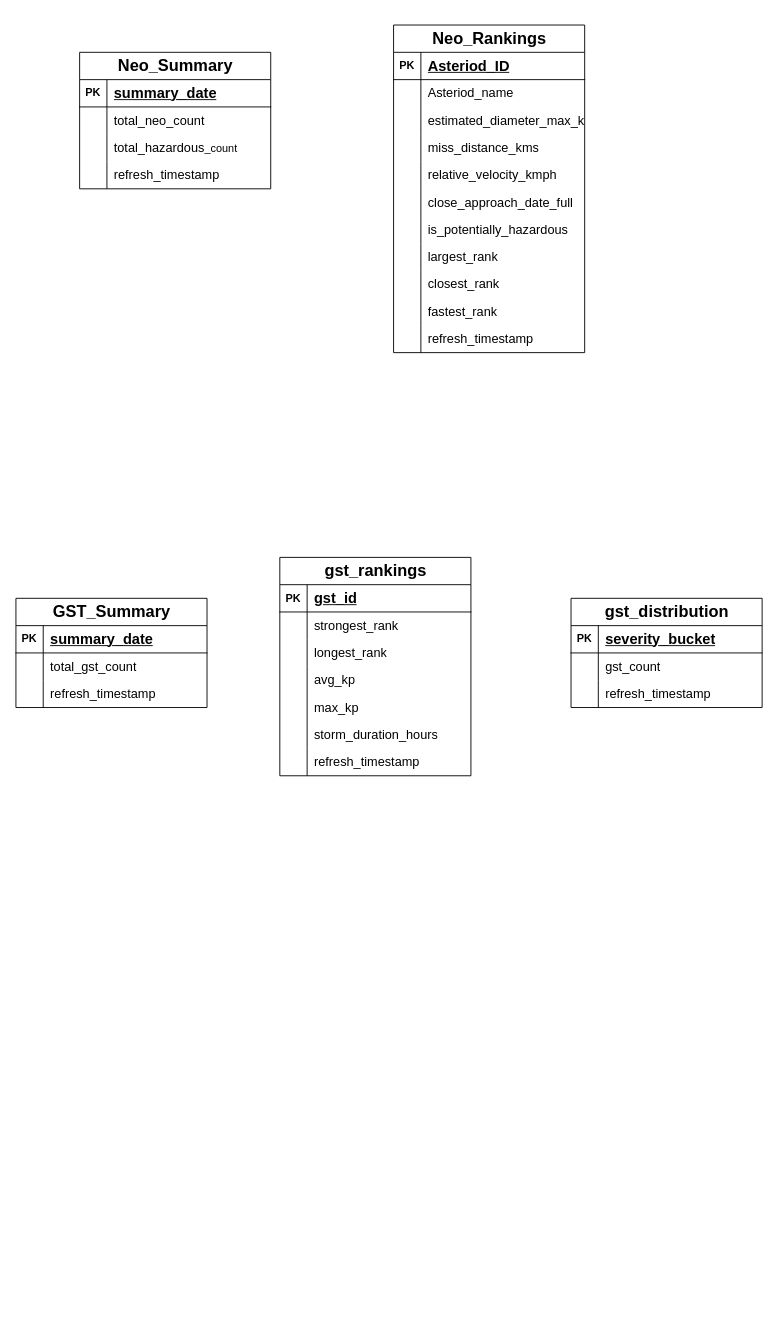
Above: page "Gold" (5 of 8) of Design/HDD.drawio in Sairam0613/AstroSight-DE (draw.io), before the change. Source tidied: cells renumbered, new cells numbered last; positions are measured from the earlier drawing's top-left corner, leaving out a move shared by most shapes. Both pictures are drawn from the tidied source at 91%, with x=0, y=0 at pixel (15, 25).
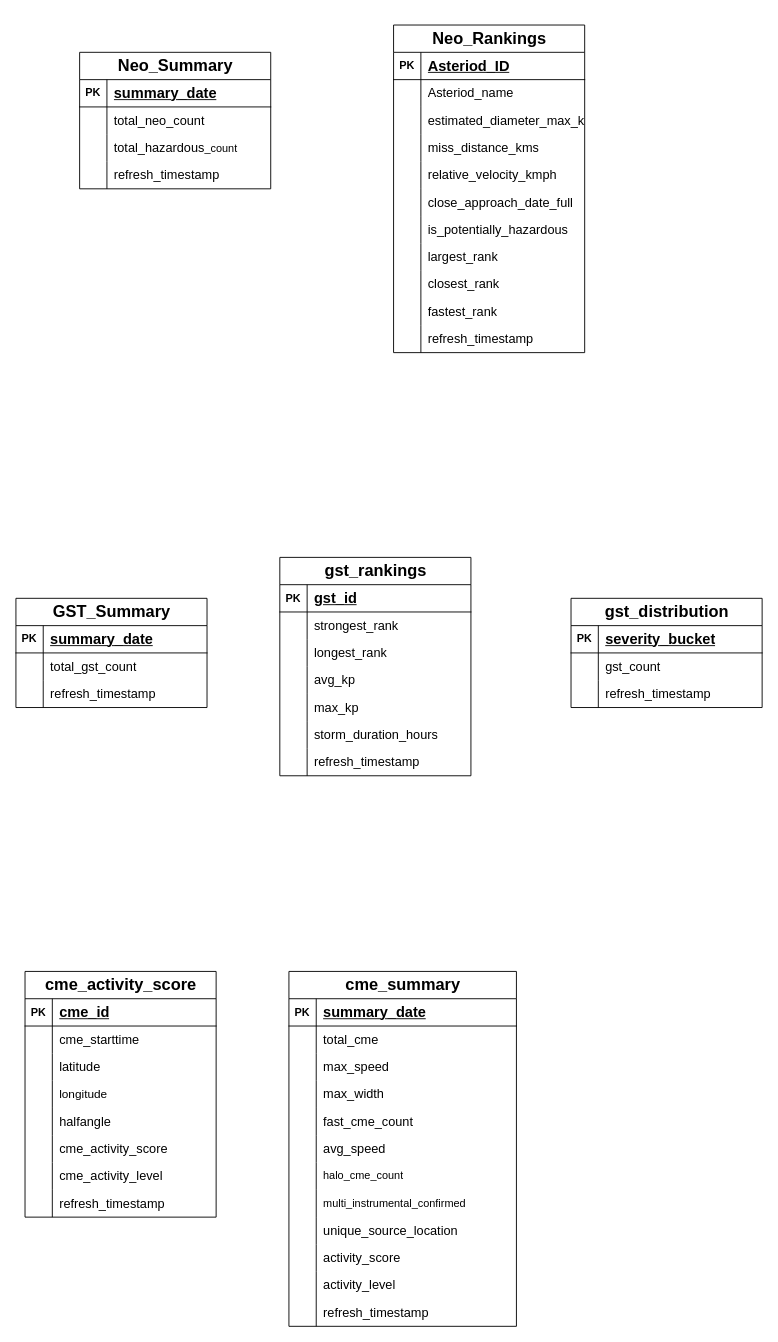
Above is the later version.

Diff of the diagram source:
```diff
@@
+    <mxCell id="91" value="&lt;h2&gt;cme_summary&lt;/h2&gt;" style="shape=table;startSize=30;childLayout=tableLayout;rowLines=0;fontStyle=1;align=center;html=1;" parent="1" vertex="1">
+      <mxGeometry x="300" y="1040" width="250" height="390" as="geometry" />
+    </mxCell>
+    <mxCell id="92" style="shape=tableRow;horizontal=0;startSize=0;swimlaneHead=0;swimlaneBody=0;fillColor=none;top=0;left=0;right=0;bottom=1;" parent="91" vertex="1">
+      <mxGeometry y="30" width="250" height="30" as="geometry" />
+    </mxCell>
+    <mxCell id="93" value="PK" style="shape=partialRectangle;fillColor=none;top=0;left=0;bottom=0;right=0;fontStyle=1;overflow=hidden;whiteSpace=wrap;html=1;" parent="92" vertex="1">
+      <mxGeometry width="30" height="30" as="geometry" />
+    </mxCell>
+    <mxCell id="94" value="&lt;span style=&quot;font-size: 16px;&quot;&gt;summary_date&lt;/span&gt;" style="shape=partialRectangle;fillColor=none;top=0;left=0;bottom=0;right=0;align=left;spacingLeft=6;fontStyle=5;overflow=hidden;whiteSpace=wrap;html=1;" parent="92" vertex="1">
+      <mxGeometry x="30" width="220" height="30" as="geometry" />
+    </mxCell>
+    <mxCell id="95" style="shape=tableRow;horizontal=0;startSize=0;swimlaneHead=0;swimlaneBody=0;fillColor=none;top=0;left=0;right=0;bottom=0;" parent="91" vertex="1">
+      <mxGeometry y="60" width="250" height="30" as="geometry" />
+    </mxCell>
+    <mxCell id="96" style="shape=partialRectangle;fillColor=none;top=0;left=0;bottom=0;right=0;overflow=hidden;whiteSpace=wrap;html=1;" parent="95" vertex="1">
+      <mxGeometry width="30" height="30" as="geometry" />
+    </mxCell>
+    <mxCell id="97" value="&lt;span style=&quot;font-size: 14px;&quot;&gt;total_cme&lt;/span&gt;" style="shape=partialRectangle;fillColor=none;top=0;left=0;bottom=0;right=0;align=left;spacingLeft=6;overflow=hidden;whiteSpace=wrap;html=1;" parent="95" vertex="1">
+      <mxGeometry x="30" width="220" height="30" as="geometry" />
+    </mxCell>
+    <mxCell id="98" style="shape=tableRow;horizontal=0;startSize=0;swimlaneHead=0;swimlaneBody=0;fillColor=none;top=0;left=0;right=0;bottom=0;" parent="91" vertex="1">
+      <mxGeometry y="90" width="250" height="30" as="geometry" />
+    </mxCell>
+    <mxCell id="99" style="shape=partialRectangle;fillColor=none;top=0;left=0;bottom=0;right=0;overflow=hidden;whiteSpace=wrap;html=1;" parent="98" vertex="1">
+      <mxGeometry width="30" height="30" as="geometry" />
+    </mxCell>
+    <mxCell id="100" value="&lt;span style=&quot;font-size: 14px;&quot;&gt;max_speed&lt;/span&gt;" style="shape=partialRectangle;fillColor=none;top=0;left=0;bottom=0;right=0;align=left;spacingLeft=6;overflow=hidden;whiteSpace=wrap;html=1;" parent="98" vertex="1">
+      <mxGeometry x="30" width="220" height="30" as="geometry" />
+    </mxCell>
+    <mxCell id="101" style="shape=tableRow;horizontal=0;startSize=0;swimlaneHead=0;swimlaneBody=0;fillColor=none;top=0;left=0;right=0;bottom=0;" parent="91" vertex="1">
+      <mxGeometry y="120" width="250" height="30" as="geometry" />
+    </mxCell>
+    <mxCell id="102" style="shape=partialRectangle;fillColor=none;top=0;left=0;bottom=0;right=0;overflow=hidden;whiteSpace=wrap;html=1;" parent="101" vertex="1">
+      <mxGeometry width="30" height="30" as="geometry" />
+    </mxCell>
+    <mxCell id="103" value="&lt;span style=&quot;font-size: 14px;&quot;&gt;max_width&lt;/span&gt;" style="shape=partialRectangle;fillColor=none;top=0;left=0;bottom=0;right=0;align=left;spacingLeft=6;overflow=hidden;whiteSpace=wrap;html=1;" parent="101" vertex="1">
+      <mxGeometry x="30" width="220" height="30" as="geometry" />
+    </mxCell>
+    <mxCell id="104" style="shape=tableRow;horizontal=0;startSize=0;swimlaneHead=0;swimlaneBody=0;fillColor=none;top=0;left=0;right=0;bottom=0;" parent="91" vertex="1">
+      <mxGeometry y="150" width="250" height="30" as="geometry" />
+    </mxCell>
+    <mxCell id="105" style="shape=partialRectangle;fillColor=none;top=0;left=0;bottom=0;right=0;overflow=hidden;whiteSpace=wrap;html=1;" parent="104" vertex="1">
+      <mxGeometry width="30" height="30" as="geometry" />
+    </mxCell>
+    <mxCell id="106" value="&lt;span style=&quot;font-size: 14px;&quot;&gt;fast_cme_count&lt;/span&gt;" style="shape=partialRectangle;fillColor=none;top=0;left=0;bottom=0;right=0;align=left;spacingLeft=6;overflow=hidden;whiteSpace=wrap;html=1;" parent="104" vertex="1">
+      <mxGeometry x="30" width="220" height="30" as="geometry" />
+    </mxCell>
+    <mxCell id="107" style="shape=tableRow;horizontal=0;startSize=0;swimlaneHead=0;swimlaneBody=0;fillColor=none;top=0;left=0;right=0;bottom=0;" parent="91" vertex="1">
+      <mxGeometry y="180" width="250" height="30" as="geometry" />
+    </mxCell>
+    <mxCell id="108" style="shape=partialRectangle;fillColor=none;top=0;left=0;bottom=0;right=0;overflow=hidden;whiteSpace=wrap;html=1;" parent="107" vertex="1">
+      <mxGeometry width="30" height="30" as="geometry" />
+    </mxCell>
+    <mxCell id="109" value="&lt;span style=&quot;font-size: 14px;&quot;&gt;avg_speed&lt;/span&gt;" style="shape=partialRectangle;fillColor=none;top=0;left=0;bottom=0;right=0;align=left;spacingLeft=6;overflow=hidden;whiteSpace=wrap;html=1;" parent="107" vertex="1">
+      <mxGeometry x="30" width="220" height="30" as="geometry" />
+    </mxCell>
+    <mxCell id="110" style="shape=tableRow;horizontal=0;startSize=0;swimlaneHead=0;swimlaneBody=0;fillColor=none;top=0;left=0;right=0;bottom=0;" parent="91" vertex="1">
+      <mxGeometry y="210" width="250" height="30" as="geometry" />
+    </mxCell>
+    <mxCell id="111" style="shape=partialRectangle;fillColor=none;top=0;left=0;bottom=0;right=0;overflow=hidden;whiteSpace=wrap;html=1;" parent="110" vertex="1">
+      <mxGeometry width="30" height="30" as="geometry" />
+    </mxCell>
+    <mxCell id="112" value="halo_cme_count" style="shape=partialRectangle;fillColor=none;top=0;left=0;bottom=0;right=0;align=left;spacingLeft=6;overflow=hidden;whiteSpace=wrap;html=1;" parent="110" vertex="1">
+      <mxGeometry x="30" width="220" height="30" as="geometry" />
+    </mxCell>
+    <mxCell id="113" style="shape=tableRow;horizontal=0;startSize=0;swimlaneHead=0;swimlaneBody=0;fillColor=none;top=0;left=0;right=0;bottom=0;" parent="91" vertex="1">
+      <mxGeometry y="240" width="250" height="30" as="geometry" />
+    </mxCell>
+    <mxCell id="114" style="shape=partialRectangle;fillColor=none;top=0;left=0;bottom=0;right=0;overflow=hidden;whiteSpace=wrap;html=1;" parent="113" vertex="1">
+      <mxGeometry width="30" height="30" as="geometry" />
+    </mxCell>
+    <mxCell id="115" value="multi_instrumental_confirmed" style="shape=partialRectangle;fillColor=none;top=0;left=0;bottom=0;right=0;align=left;spacingLeft=6;overflow=hidden;whiteSpace=wrap;html=1;" parent="113" vertex="1">
+      <mxGeometry x="30" width="220" height="30" as="geometry" />
+    </mxCell>
+    <mxCell id="116" style="shape=tableRow;horizontal=0;startSize=0;swimlaneHead=0;swimlaneBody=0;fillColor=none;top=0;left=0;right=0;bottom=0;" parent="91" vertex="1">
+      <mxGeometry y="270" width="250" height="30" as="geometry" />
+    </mxCell>
+    <mxCell id="117" style="shape=partialRectangle;fillColor=none;top=0;left=0;bottom=0;right=0;overflow=hidden;whiteSpace=wrap;html=1;" parent="116" vertex="1">
+      <mxGeometry width="30" height="30" as="geometry" />
+    </mxCell>
+    <mxCell id="118" value="&lt;span style=&quot;font-size: 14px;&quot;&gt;unique_source_location&lt;/span&gt;" style="shape=partialRectangle;fillColor=none;top=0;left=0;bottom=0;right=0;align=left;spacingLeft=6;overflow=hidden;whiteSpace=wrap;html=1;" parent="116" vertex="1">
+      <mxGeometry x="30" width="220" height="30" as="geometry" />
+    </mxCell>
+    <mxCell id="119" style="shape=tableRow;horizontal=0;startSize=0;swimlaneHead=0;swimlaneBody=0;fillColor=none;top=0;left=0;right=0;bottom=0;" parent="91" vertex="1">
+      <mxGeometry y="300" width="250" height="30" as="geometry" />
+    </mxCell>
+    <mxCell id="120" style="shape=partialRectangle;fillColor=none;top=0;left=0;bottom=0;right=0;overflow=hidden;whiteSpace=wrap;html=1;" parent="119" vertex="1">
+      <mxGeometry width="30" height="30" as="geometry" />
+    </mxCell>
+    <mxCell id="121" value="&lt;span style=&quot;font-size: 14px;&quot;&gt;activity_score&lt;/span&gt;" style="shape=partialRectangle;fillColor=none;top=0;left=0;bottom=0;right=0;align=left;spacingLeft=6;overflow=hidden;whiteSpace=wrap;html=1;" parent="119" vertex="1">
+      <mxGeometry x="30" width="220" height="30" as="geometry" />
+    </mxCell>
+    <mxCell id="122" style="shape=tableRow;horizontal=0;startSize=0;swimlaneHead=0;swimlaneBody=0;fillColor=none;top=0;left=0;right=0;bottom=0;" parent="91" vertex="1">
+      <mxGeometry y="330" width="250" height="30" as="geometry" />
+    </mxCell>
+    <mxCell id="123" style="shape=partialRectangle;fillColor=none;top=0;left=0;bottom=0;right=0;overflow=hidden;whiteSpace=wrap;html=1;" parent="122" vertex="1">
+      <mxGeometry width="30" height="30" as="geometry" />
+    </mxCell>
+    <mxCell id="124" value="&lt;span style=&quot;font-size: 14px;&quot;&gt;activity_level&lt;/span&gt;" style="shape=partialRectangle;fillColor=none;top=0;left=0;bottom=0;right=0;align=left;spacingLeft=6;overflow=hidden;whiteSpace=wrap;html=1;" parent="122" vertex="1">
+      <mxGeometry x="30" width="220" height="30" as="geometry" />
+    </mxCell>
+    <mxCell id="125" style="shape=tableRow;horizontal=0;startSize=0;swimlaneHead=0;swimlaneBody=0;fillColor=none;top=0;left=0;right=0;bottom=0;" parent="91" vertex="1">
+      <mxGeometry y="360" width="250" height="30" as="geometry" />
+    </mxCell>
+    <mxCell id="126" style="shape=partialRectangle;fillColor=none;top=0;left=0;bottom=0;right=0;overflow=hidden;whiteSpace=wrap;html=1;" parent="125" vertex="1">
+      <mxGeometry width="30" height="30" as="geometry" />
+    </mxCell>
+    <mxCell id="127" value="&lt;span style=&quot;font-size: 14px;&quot;&gt;refresh_timestamp&lt;/span&gt;" style="shape=partialRectangle;fillColor=none;top=0;left=0;bottom=0;right=0;align=left;spacingLeft=6;overflow=hidden;whiteSpace=wrap;html=1;" parent="125" vertex="1">
+      <mxGeometry x="30" width="220" height="30" as="geometry" />
+    </mxCell>
+    <mxCell id="128" value="&lt;h2&gt;cme_activity_score&lt;/h2&gt;" style="shape=table;startSize=30;childLayout=tableLayout;rowLines=0;fontStyle=1;align=center;html=1;" parent="1" vertex="1">
+      <mxGeometry x="10" y="1040" width="210" height="270" as="geometry" />
+    </mxCell>
+    <mxCell id="129" style="shape=tableRow;horizontal=0;startSize=0;swimlaneHead=0;swimlaneBody=0;fillColor=none;top=0;left=0;right=0;bottom=1;" parent="128" vertex="1">
+      <mxGeometry y="30" width="210" height="30" as="geometry" />
+    </mxCell>
+    <mxCell id="130" value="PK" style="shape=partialRectangle;fillColor=none;top=0;left=0;bottom=0;right=0;fontStyle=1;overflow=hidden;whiteSpace=wrap;html=1;" parent="129" vertex="1">
+      <mxGeometry width="30" height="30" as="geometry" />
+    </mxCell>
+    <mxCell id="131" value="&lt;font style=&quot;font-size: 16px;&quot;&gt;cme_id&lt;/font&gt;" style="shape=partialRectangle;fillColor=none;top=0;left=0;bottom=0;right=0;align=left;spacingLeft=6;fontStyle=5;overflow=hidden;whiteSpace=wrap;html=1;" parent="129" vertex="1">
+      <mxGeometry x="30" width="180" height="30" as="geometry" />
+    </mxCell>
+    <mxCell id="132" style="shape=tableRow;horizontal=0;startSize=0;swimlaneHead=0;swimlaneBody=0;fillColor=none;top=0;left=0;right=0;bottom=0;" parent="128" vertex="1">
+      <mxGeometry y="60" width="210" height="30" as="geometry" />
+    </mxCell>
+    <mxCell id="133" style="shape=partialRectangle;fillColor=none;top=0;left=0;bottom=0;right=0;overflow=hidden;whiteSpace=wrap;html=1;" parent="132" vertex="1">
+      <mxGeometry width="30" height="30" as="geometry" />
+    </mxCell>
+    <mxCell id="134" value="&lt;span style=&quot;font-size: 14px;&quot;&gt;cme_starttime&lt;/span&gt;" style="shape=partialRectangle;fillColor=none;top=0;left=0;bottom=0;right=0;align=left;spacingLeft=6;overflow=hidden;whiteSpace=wrap;html=1;" parent="132" vertex="1">
+      <mxGeometry x="30" width="180" height="30" as="geometry" />
+    </mxCell>
+    <mxCell id="135" style="shape=tableRow;horizontal=0;startSize=0;swimlaneHead=0;swimlaneBody=0;fillColor=none;top=0;left=0;right=0;bottom=0;" parent="128" vertex="1">
+      <mxGeometry y="90" width="210" height="30" as="geometry" />
+    </mxCell>
+    <mxCell id="136" style="shape=partialRectangle;fillColor=none;top=0;left=0;bottom=0;right=0;overflow=hidden;whiteSpace=wrap;html=1;" parent="135" vertex="1">
+      <mxGeometry width="30" height="30" as="geometry" />
+    </mxCell>
+    <mxCell id="137" value="&lt;font style=&quot;font-size: 14px;&quot;&gt;latitude&lt;/font&gt;" style="shape=partialRectangle;fillColor=none;top=0;left=0;bottom=0;right=0;align=left;spacingLeft=6;overflow=hidden;whiteSpace=wrap;html=1;" parent="135" vertex="1">
+      <mxGeometry x="30" width="180" height="30" as="geometry" />
+    </mxCell>
+    <mxCell id="138" style="shape=tableRow;horizontal=0;startSize=0;swimlaneHead=0;swimlaneBody=0;fillColor=none;top=0;left=0;right=0;bottom=0;" parent="128" vertex="1">
+      <mxGeometry y="120" width="210" height="30" as="geometry" />
+    </mxCell>
+    <mxCell id="139" style="shape=partialRectangle;fillColor=none;top=0;left=0;bottom=0;right=0;overflow=hidden;whiteSpace=wrap;html=1;" parent="138" vertex="1">
+      <mxGeometry width="30" height="30" as="geometry" />
+    </mxCell>
+    <mxCell id="140" value="&lt;font style=&quot;font-size: 13px;&quot;&gt;longitude&lt;/font&gt;" style="shape=partialRectangle;fillColor=none;top=0;left=0;bottom=0;right=0;align=left;spacingLeft=6;overflow=hidden;whiteSpace=wrap;html=1;" parent="138" vertex="1">
+      <mxGeometry x="30" width="180" height="30" as="geometry" />
+    </mxCell>
+    <mxCell id="141" style="shape=tableRow;horizontal=0;startSize=0;swimlaneHead=0;swimlaneBody=0;fillColor=none;top=0;left=0;right=0;bottom=0;" parent="128" vertex="1">
+      <mxGeometry y="150" width="210" height="30" as="geometry" />
+    </mxCell>
+    <mxCell id="142" style="shape=partialRectangle;fillColor=none;top=0;left=0;bottom=0;right=0;overflow=hidden;whiteSpace=wrap;html=1;" parent="141" vertex="1">
+      <mxGeometry width="30" height="30" as="geometry" />
+    </mxCell>
+    <mxCell id="143" value="&lt;font style=&quot;font-size: 14px;&quot;&gt;halfangle&lt;/font&gt;" style="shape=partialRectangle;fillColor=none;top=0;left=0;bottom=0;right=0;align=left;spacingLeft=6;overflow=hidden;whiteSpace=wrap;html=1;" parent="141" vertex="1">
+      <mxGeometry x="30" width="180" height="30" as="geometry" />
+    </mxCell>
+    <mxCell id="144" style="shape=tableRow;horizontal=0;startSize=0;swimlaneHead=0;swimlaneBody=0;fillColor=none;top=0;left=0;right=0;bottom=0;" parent="128" vertex="1">
+      <mxGeometry y="180" width="210" height="30" as="geometry" />
+    </mxCell>
+    <mxCell id="145" style="shape=partialRectangle;fillColor=none;top=0;left=0;bottom=0;right=0;overflow=hidden;whiteSpace=wrap;html=1;" parent="144" vertex="1">
+      <mxGeometry width="30" height="30" as="geometry" />
+    </mxCell>
+    <mxCell id="146" value="&lt;span style=&quot;font-size: 14px;&quot;&gt;cme_activity_score&lt;/span&gt;" style="shape=partialRectangle;fillColor=none;top=0;left=0;bottom=0;right=0;align=left;spacingLeft=6;overflow=hidden;whiteSpace=wrap;html=1;" parent="144" vertex="1">
+      <mxGeometry x="30" width="180" height="30" as="geometry" />
+    </mxCell>
+    <mxCell id="147" style="shape=tableRow;horizontal=0;startSize=0;swimlaneHead=0;swimlaneBody=0;fillColor=none;top=0;left=0;right=0;bottom=0;" parent="128" vertex="1">
+      <mxGeometry y="210" width="210" height="30" as="geometry" />
+    </mxCell>
+    <mxCell id="148" style="shape=partialRectangle;fillColor=none;top=0;left=0;bottom=0;right=0;overflow=hidden;whiteSpace=wrap;html=1;" parent="147" vertex="1">
+      <mxGeometry width="30" height="30" as="geometry" />
+    </mxCell>
+    <mxCell id="149" value="&lt;font style=&quot;font-size: 14px;&quot;&gt;cme_activity_level&lt;/font&gt;" style="shape=partialRectangle;fillColor=none;top=0;left=0;bottom=0;right=0;align=left;spacingLeft=6;overflow=hidden;whiteSpace=wrap;html=1;" parent="147" vertex="1">
+      <mxGeometry x="30" width="180" height="30" as="geometry" />
+    </mxCell>
+    <mxCell id="150" style="shape=tableRow;horizontal=0;startSize=0;swimlaneHead=0;swimlaneBody=0;fillColor=none;top=0;left=0;right=0;bottom=0;" parent="128" vertex="1">
+      <mxGeometry y="240" width="210" height="30" as="geometry" />
+    </mxCell>
+    <mxCell id="151" style="shape=partialRectangle;fillColor=none;top=0;left=0;bottom=0;right=0;overflow=hidden;whiteSpace=wrap;html=1;" parent="150" vertex="1">
+      <mxGeometry width="30" height="30" as="geometry" />
+    </mxCell>
+    <mxCell id="152" value="&lt;span style=&quot;font-size: 14px;&quot;&gt;refresh_timestamp&lt;/span&gt;" style="shape=partialRectangle;fillColor=none;top=0;left=0;bottom=0;right=0;align=left;spacingLeft=6;overflow=hidden;whiteSpace=wrap;html=1;" parent="150" vertex="1">
+      <mxGeometry x="30" width="180" height="30" as="geometry" />
+    </mxCell>
```
